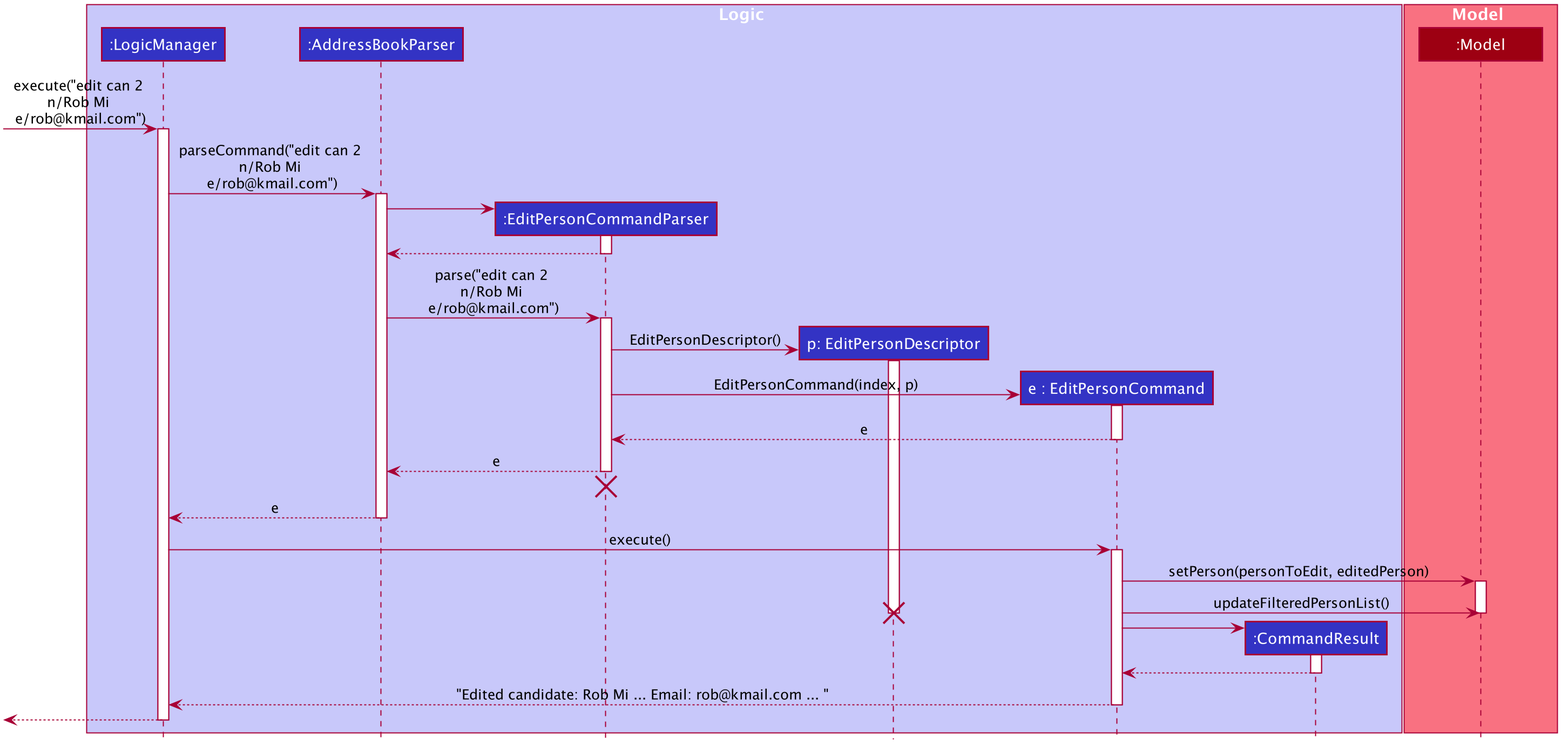
Earlier version of the PlantUML export docs/images/EditSequenceDiagram.png (vanGoghhh/tp).
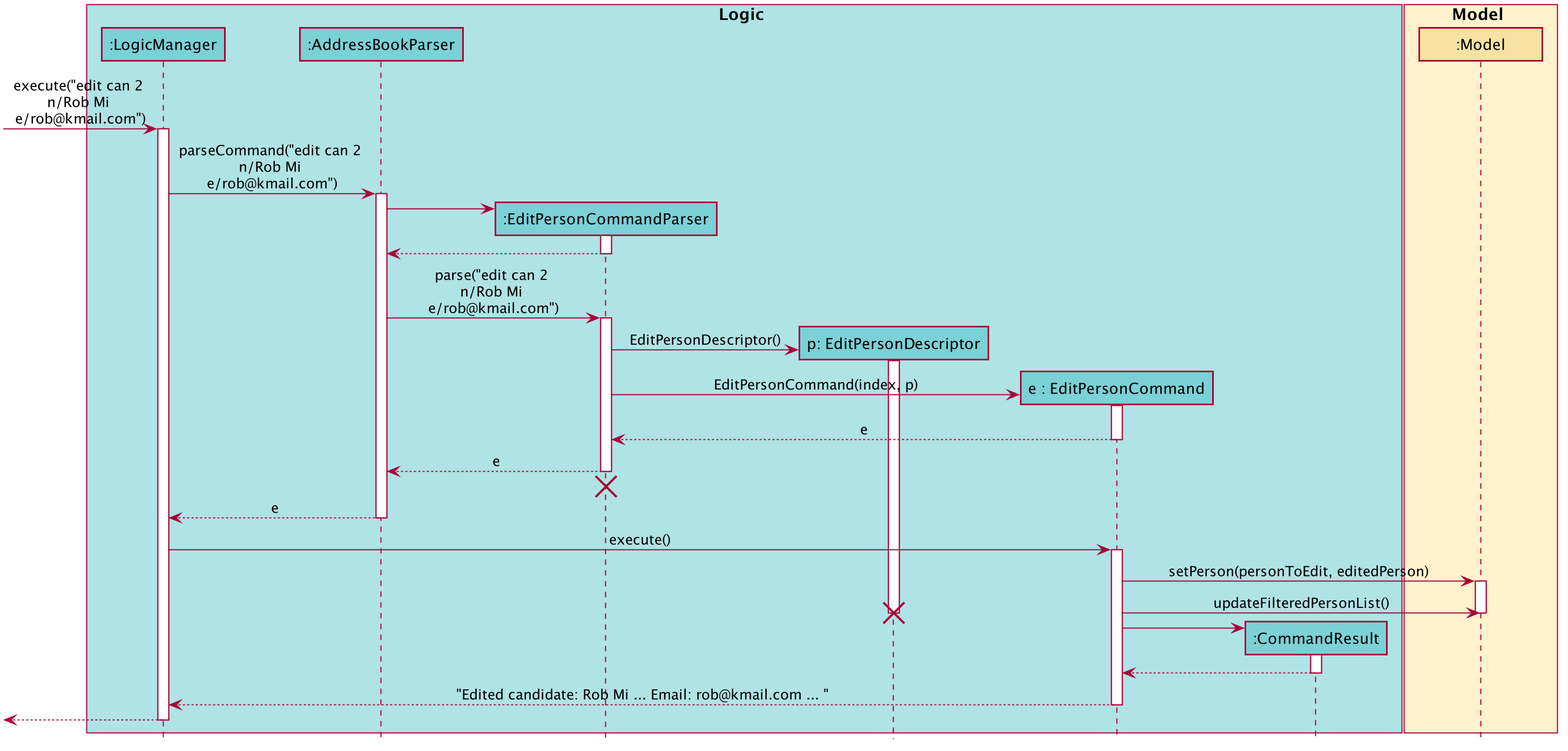
Above is the later version.

Change to the diagram source:
```diff
@@ -12,10 +12,10 @@
 skinparam Shadowing false
 
 skinparam Class {
-    FontColor #FFFFFF
+    FontColor #000000
     BorderThickness 1
     BorderColor #FFFFFF
-    StereotypeFontColor #FFFFFF
+    StereotypeFontColor #000000
     FontName Arial
 }
 
@@ -29,12 +29,12 @@
     MessageAlign center
     BoxFontSize 15
     BoxPadding 0
-    BoxFontColor #FFFFFF
+    BoxFontColor #000000
     FontName Arial
 }
 
 skinparam Participant {
-    FontColor #FFFFFFF
+    FontColor #000000
     Padding 20
 }
 
@@ -48,18 +48,18 @@
 hide members
 hide circle
 
-box Logic #C8C8FA
-participant ":LogicManager" as LogicManager #3333C4
-participant ":AddressBookParser" as AddressBookParser #3333C4
-participant ":EditPersonCommandParser" as EditPersonCommandParser #3333C4
-participant "p: EditPersonDescriptor" as EditPersonDescriptor #3333C4
-participant "e : EditPersonCommand" as EditPersonCommand #3333C4
-participant ":CommandResult" as CommandResult #3333C4
+box Logic #B0E3E6
+participant ":LogicManager" as LogicManager #7AD1D6
+participant ":AddressBookParser" as AddressBookParser #7AD1D6
+participant ":EditPersonCommandParser" as EditPersonCommandParser #7AD1D6
+participant "p: EditPersonDescriptor" as EditPersonDescriptor #7AD1D6
+participant "e : EditPersonCommand" as EditPersonCommand #7AD1D6
+participant ":CommandResult" as CommandResult #7AD1D6
 
 end box
 
-box Model #F97181
-participant ":Model" as Model #9D0012
+box Model #FFF2CC
+participant ":Model" as Model #F7E2A4
 end box
 
 [-> LogicManager : execute("edit can 2 \nn/Rob Mi \ne/rob@kmail.com")
```
